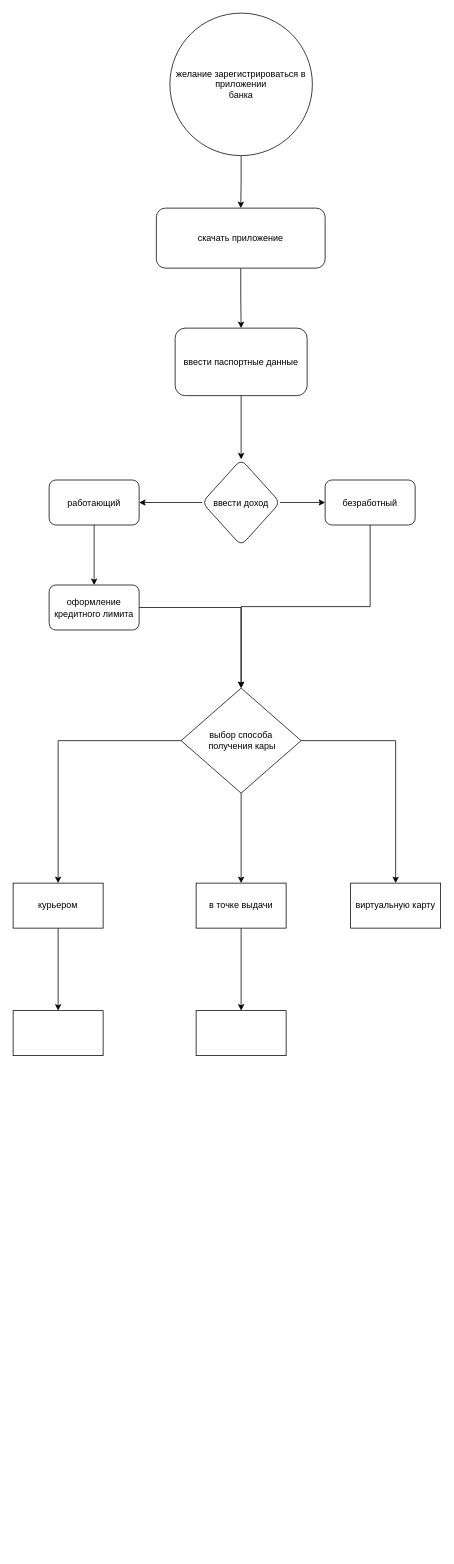
This is banking.drawio from maklabas/diagrams, a draw.io file, before an edit. Source tidied: cells renumbered, new cells numbered last; positions are measured from the earlier drawing's top-left corner, leaving out a move shared by most shapes. Both pictures are drawn from the tidied source at 75%, with x=0, y=0 at pixel (13, 13).
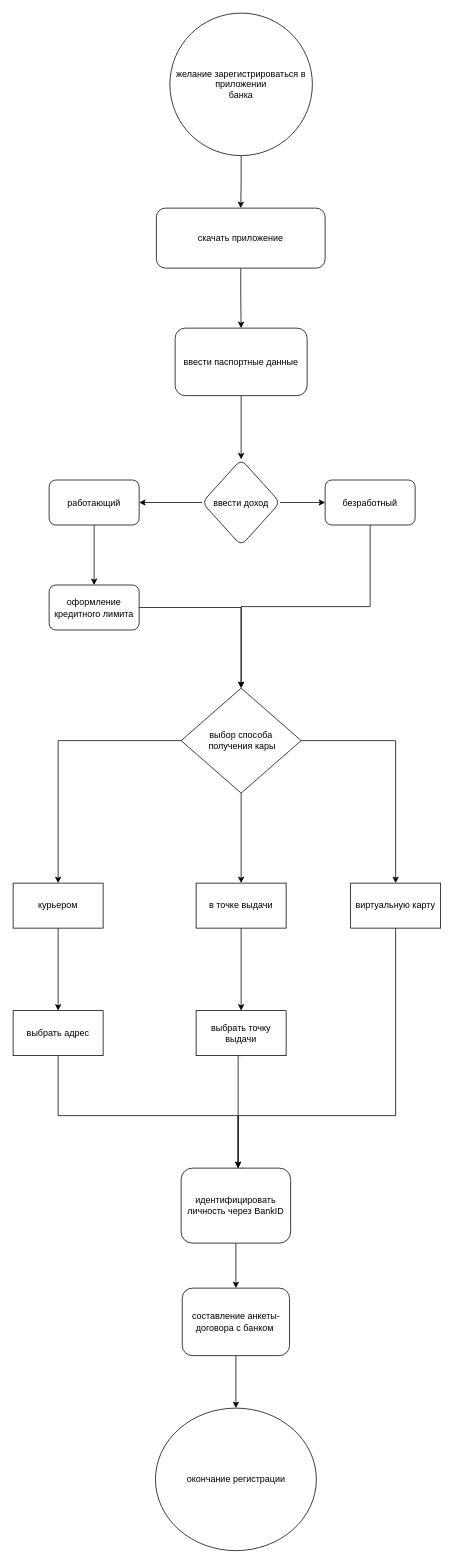
Above is the later version.

Unchanged cells that the change refers to:
```xml
<mxCell id="23" value="виртуальную карту" style="whiteSpace=wrap;html=1;" parent="1" vertex="1">
  <mxGeometry x="450" y="1160" width="120" height="60" as="geometry" />
</mxCell>
```

Diff of the diagram source:
```diff
@@
+    <mxCell id="28" style="edgeStyle=orthogonalEdgeStyle;rounded=0;jettySize=auto;html=1;exitX=0.5;exitY=1;exitDx=0;exitDy=0;" parent="1" edge="1" source="23">
+      <mxGeometry relative="1" as="geometry">
+        <mxPoint x="300" y="1540" as="targetPoint" />
+        <Array as="points">
+          <mxPoint x="510" y="1470" />
+          <mxPoint x="300" y="1470" />
+        </Array>
+      </mxGeometry>
+    </mxCell>
@@
+    <mxCell id="29" style="edgeStyle=orthogonalEdgeStyle;rounded=0;jettySize=auto;html=1;exitX=0.5;exitY=1;exitDx=0;exitDy=0;" parent="1" edge="1" source="26">
+      <mxGeometry relative="1" as="geometry">
+        <mxPoint x="300" y="1540" as="targetPoint" />
+        <Array as="points">
+          <mxPoint x="60" y="1470" />
+          <mxPoint x="300" y="1470" />
+        </Array>
+      </mxGeometry>
+    </mxCell>
-    <mxCell id="26" style="whiteSpace=wrap;html=1;" parent="1" vertex="1">
+    <mxCell id="26" value="выбрать адрес" style="whiteSpace=wrap;html=1;" parent="1" vertex="1">
       <mxGeometry y="1330" width="120" height="60" as="geometry" />
     </mxCell>
+    <mxCell id="30" style="edgeStyle=orthogonalEdgeStyle;rounded=0;jettySize=auto;html=1;exitX=0.5;exitY=1;exitDx=0;exitDy=0;entryX=0.558;entryY=-0.017;entryDx=0;entryDy=0;entryPerimeter=0;" parent="1" edge="1" source="27" target="32">
+      <mxGeometry relative="1" as="geometry">
+        <Array as="points">
+          <mxPoint x="300" y="1390" />
+          <mxPoint x="300" y="1549" />
+        </Array>
+      </mxGeometry>
+    </mxCell>
-    <mxCell id="27" style="whiteSpace=wrap;html=1;" parent="1" vertex="1">
+    <mxCell id="27" value="&lt;span&gt;выбрать точку выдачи&lt;/span&gt;" style="whiteSpace=wrap;html=1;" parent="1" vertex="1">
       <mxGeometry x="244" y="1330" width="120" height="60" as="geometry" />
     </mxCell>
+    <mxCell id="31" style="edgeStyle=orthogonalEdgeStyle;rounded=0;jettySize=auto;html=1;" parent="1" edge="1" source="32" target="34">
+      <mxGeometry relative="1" as="geometry" />
+    </mxCell>
+    <mxCell id="32" value="идентифицировать личность через BankID" style="rounded=1;whiteSpace=wrap;html=1;" parent="1" vertex="1">
+      <mxGeometry x="224" y="1540" width="146" height="100" as="geometry" />
+    </mxCell>
+    <mxCell id="33" style="edgeStyle=orthogonalEdgeStyle;rounded=0;jettySize=auto;html=1;" parent="1" edge="1" source="34" target="35">
+      <mxGeometry relative="1" as="geometry" />
+    </mxCell>
+    <mxCell id="34" value="составление анкеты-договора с банком&amp;nbsp;" style="whiteSpace=wrap;html=1;rounded=1;" parent="1" vertex="1">
+      <mxGeometry x="225.5" y="1700" width="143" height="90" as="geometry" />
+    </mxCell>
+    <mxCell id="35" value="окончание регистрации" style="ellipse;whiteSpace=wrap;html=1;rounded=1;" parent="1" vertex="1">
+      <mxGeometry x="189.8" y="1860" width="214.5" height="190" as="geometry" />
+    </mxCell>
```
